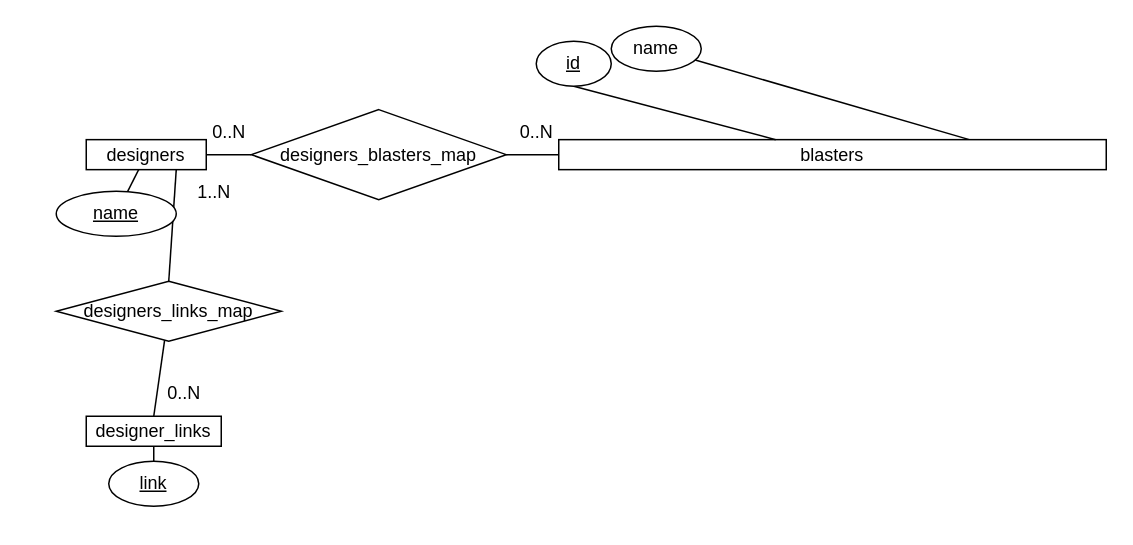
This is docs/ERD.drawio from SabreBirdOne/BlasterBrowser, a draw.io file, before an edit. Source tidied: cells renumbered, new cells numbered last; positions are measured from the earlier drawing's top-left corner, leaving out a move shared by most shapes. Both pictures are drawn from the tidied source at 150%, with x=0, y=0 at pixel (56, 26).
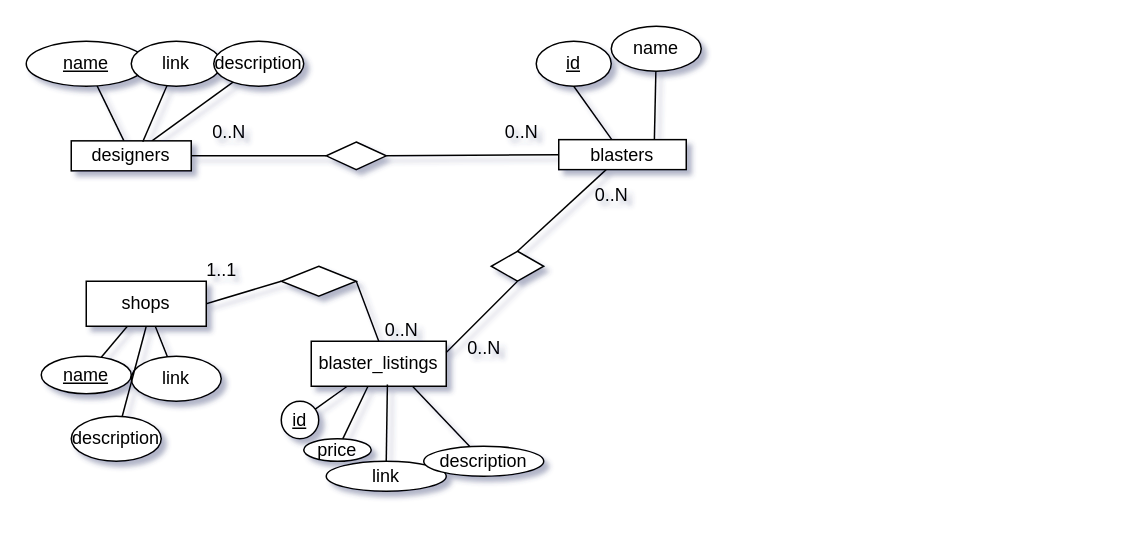
Above is the later version.

What changed in the source:
```diff
@@
-<mxGraphModel>
+<mxGraphModel shadow="1">
@@
-    <mxCell id="4" style="rounded=0;jettySize=auto;html=1;exitX=0.75;exitY=1;exitDx=0;exitDy=0;entryX=0.5;entryY=0;entryDx=0;entryDy=0;endArrow=none;endFill=0;" parent="1" edge="1" source="5" target="21">
-      <mxGeometry relative="1" as="geometry" />
-    </mxCell>
+    <mxCell id="24" style="rounded=0;jettySize=auto;html=1;endArrow=none;endFill=0;" parent="1" edge="1" source="5" target="31">
+      <mxGeometry relative="1" as="geometry" />
+    </mxCell>
     <mxCell id="5" value="designers" style="rounded=0;whiteSpace=wrap;html=1;" parent="1" vertex="1">
-      <mxGeometry x="20" y="75.6" width="80" height="20" as="geometry" />
+      <mxGeometry x="10" y="76.4" width="80" height="20" as="geometry" />
     </mxCell>
     <mxCell id="6" value="&lt;u&gt;name&lt;/u&gt;" style="ellipse;whiteSpace=wrap;html=1;rounded=0;" parent="1" vertex="1">
-      <mxGeometry y="110" width="80" height="30" as="geometry" />
+      <mxGeometry x="-20" y="10" width="80" height="30" as="geometry" />
     </mxCell>
-    <mxCell id="7" style="rounded=0;jettySize=auto;html=1;endArrow=none;endFill=0;entryX=0.5;entryY=1;entryDx=0;entryDy=0;" parent="1" edge="1" source="8" target="19">
+    <mxCell id="7" style="rounded=0;jettySize=auto;html=1;endArrow=none;endFill=0;entryX=0.596;entryY=0.032;entryDx=0;entryDy=0;entryPerimeter=0;" parent="1" edge="1" source="8" target="5">
       <mxGeometry relative="1" as="geometry" />
     </mxCell>
-    <mxCell id="8" value="&lt;u&gt;link&lt;/u&gt;" style="ellipse;whiteSpace=wrap;html=1;" parent="1" vertex="1">
-      <mxGeometry x="35" y="290" width="60" height="30" as="geometry" />
+    <mxCell id="8" value="link" style="ellipse;whiteSpace=wrap;html=1;" parent="1" vertex="1">
+      <mxGeometry x="50" y="10" width="60" height="30" as="geometry" />
     </mxCell>
@@
+    <mxCell id="25" style="rounded=0;jettySize=auto;html=1;endArrow=none;endFill=0;entryX=0.5;entryY=0;entryDx=0;entryDy=0;" parent="1" edge="1" source="10" target="49">
+      <mxGeometry relative="1" as="geometry" />
+    </mxCell>
     <mxCell id="10" value="blasters" style="rounded=0;whiteSpace=wrap;html=1;" parent="1" vertex="1">
-      <mxGeometry x="335" y="75.6" width="365" height="20" as="geometry" />
+      <mxGeometry x="335" y="75.6" width="85" height="20" as="geometry" />
     </mxCell>
@@
-    <mxCell id="14" value="designers_blasters_map" style="rhombus;whiteSpace=wrap;html=1;" parent="1" vertex="1">
-      <mxGeometry x="130" y="55.6" width="170" height="60" as="geometry" />
+    <mxCell id="14" style="rhombus;whiteSpace=wrap;html=1;" parent="1" vertex="1">
+      <mxGeometry x="180" y="77.2" width="40" height="18.4" as="geometry" />
     </mxCell>
@@
     <mxCell id="16" value="0..N" style="text;html=1;align=center;verticalAlign=middle;strokeColor=none;fillColor=none;" parent="1" vertex="1">
-      <mxGeometry x="295" y="55.6" width="50" height="30" as="geometry" />
+      <mxGeometry x="285" y="55.6" width="50" height="30" as="geometry" />
     </mxCell>
@@
-    <mxCell id="19" value="designer_links" style="whiteSpace=wrap;html=1;" parent="1" vertex="1">
-      <mxGeometry x="20" y="260" width="90" height="20" as="geometry" />
-    </mxCell>
-    <mxCell id="20" style="rounded=0;jettySize=auto;html=1;entryX=0.5;entryY=0;entryDx=0;entryDy=0;endArrow=none;endFill=0;" parent="1" edge="1" source="21" target="19">
-      <mxGeometry relative="1" as="geometry" />
-    </mxCell>
-    <mxCell id="21" value="designers_links_map" style="rhombus;whiteSpace=wrap;html=1;" parent="1" vertex="1">
-      <mxGeometry y="170" width="150" height="40" as="geometry" />
-    </mxCell>
-    <mxCell id="22" value="0..N" style="text;html=1;align=center;verticalAlign=middle;strokeColor=none;fillColor=none;" parent="1" vertex="1">
-      <mxGeometry x="60" y="230" width="50" height="30" as="geometry" />
-    </mxCell>
-    <mxCell id="23" value="1..N" style="text;html=1;align=center;verticalAlign=middle;strokeColor=none;fillColor=none;" parent="1" vertex="1">
-      <mxGeometry x="80" y="95.6" width="50" height="30" as="geometry" />
-    </mxCell>
+    <mxCell id="26" style="rounded=0;jettySize=auto;html=1;endArrow=none;endFill=0;" parent="1" edge="1" source="27" target="28">
+      <mxGeometry relative="1" as="geometry" />
+    </mxCell>
+    <mxCell id="27" value="shops" style="whiteSpace=wrap;html=1;" parent="1" vertex="1">
+      <mxGeometry x="20" y="170" width="80" height="30" as="geometry" />
+    </mxCell>
+    <mxCell id="28" value="&lt;u&gt;name&lt;/u&gt;" style="ellipse;whiteSpace=wrap;html=1;" parent="1" vertex="1">
+      <mxGeometry x="-10" y="220" width="60" height="25" as="geometry" />
+    </mxCell>
+    <mxCell id="29" style="rounded=0;jettySize=auto;html=1;endArrow=none;endFill=0;" parent="1" edge="1" source="30" target="27">
+      <mxGeometry relative="1" as="geometry" />
+    </mxCell>
+    <mxCell id="30" value="link" style="ellipse;whiteSpace=wrap;html=1;" parent="1" vertex="1">
+      <mxGeometry x="50" y="220" width="60" height="30" as="geometry" />
+    </mxCell>
+    <mxCell id="31" value="description" style="ellipse;whiteSpace=wrap;html=1;" parent="1" vertex="1">
+      <mxGeometry x="105" y="10" width="60" height="30" as="geometry" />
+    </mxCell>
+    <mxCell id="32" style="rounded=0;jettySize=auto;html=1;entryX=0.5;entryY=1;entryDx=0;entryDy=0;endArrow=none;endFill=0;" parent="1" edge="1" source="33" target="27">
+      <mxGeometry relative="1" as="geometry" />
+    </mxCell>
+    <mxCell id="33" value="description" style="ellipse;whiteSpace=wrap;html=1;" parent="1" vertex="1">
+      <mxGeometry x="10" y="260" width="60" height="30" as="geometry" />
+    </mxCell>
+    <mxCell id="34" style="rounded=0;jettySize=auto;html=1;endArrow=none;endFill=0;" parent="1" edge="1" source="36" target="37">
+      <mxGeometry relative="1" as="geometry" />
+    </mxCell>
+    <mxCell id="35" style="rounded=0;jettySize=auto;html=1;endArrow=none;endFill=0;" parent="1" edge="1" source="36" target="38">
+      <mxGeometry relative="1" as="geometry" />
+    </mxCell>
+    <mxCell id="36" value="blaster_listings" style="whiteSpace=wrap;html=1;" parent="1" vertex="1">
+      <mxGeometry x="170" y="210" width="90" height="30" as="geometry" />
+    </mxCell>
+    <mxCell id="37" value="&lt;u&gt;id&lt;/u&gt;" style="ellipse;whiteSpace=wrap;html=1;" parent="1" vertex="1">
+      <mxGeometry x="150" y="250" width="25" height="25" as="geometry" />
+    </mxCell>
+    <mxCell id="38" value="price" style="ellipse;whiteSpace=wrap;html=1;" parent="1" vertex="1">
+      <mxGeometry x="165" y="275" width="45" height="15" as="geometry" />
+    </mxCell>
+    <mxCell id="39" style="rounded=0;jettySize=auto;html=1;entryX=0.564;entryY=0.963;entryDx=0;entryDy=0;entryPerimeter=0;endArrow=none;endFill=0;" parent="1" edge="1" source="40" target="36">
+      <mxGeometry relative="1" as="geometry" />
+    </mxCell>
+    <mxCell id="40" value="link" style="ellipse;whiteSpace=wrap;html=1;" parent="1" vertex="1">
+      <mxGeometry x="180" y="290" width="80" height="20" as="geometry" />
+    </mxCell>
+    <mxCell id="41" style="rounded=0;jettySize=auto;html=1;entryX=0.75;entryY=1;entryDx=0;entryDy=0;endArrow=none;endFill=0;" parent="1" edge="1" source="42" target="36">
+      <mxGeometry relative="1" as="geometry" />
+    </mxCell>
+    <mxCell id="42" value="description" style="ellipse;whiteSpace=wrap;html=1;" parent="1" vertex="1">
+      <mxGeometry x="245" y="280" width="80" height="20" as="geometry" />
+    </mxCell>
+    <mxCell id="43" style="rounded=0;jettySize=auto;html=1;entryX=1;entryY=0.5;entryDx=0;entryDy=0;endArrow=none;endFill=0;exitX=0;exitY=0.5;exitDx=0;exitDy=0;" parent="1" edge="1" source="45" target="27">
+      <mxGeometry relative="1" as="geometry" />
+    </mxCell>
+    <mxCell id="44" style="rounded=0;jettySize=auto;html=1;exitX=1;exitY=0.5;exitDx=0;exitDy=0;entryX=0.5;entryY=0;entryDx=0;entryDy=0;endArrow=none;endFill=0;" parent="1" edge="1" source="45" target="36">
+      <mxGeometry relative="1" as="geometry" />
+    </mxCell>
+    <mxCell id="45" style="rhombus;whiteSpace=wrap;html=1;" parent="1" vertex="1">
+      <mxGeometry x="150" y="160" width="50" height="20" as="geometry" />
+    </mxCell>
+    <mxCell id="46" value="0..N" style="text;html=1;align=center;verticalAlign=middle;strokeColor=none;fillColor=none;" parent="1" vertex="1">
+      <mxGeometry x="205" y="188" width="50" height="30" as="geometry" />
+    </mxCell>
+    <mxCell id="47" value="1..1" style="text;html=1;align=center;verticalAlign=middle;strokeColor=none;fillColor=none;" parent="1" vertex="1">
+      <mxGeometry x="90" y="148" width="40" height="30" as="geometry" />
+    </mxCell>
+    <mxCell id="48" style="rounded=0;jettySize=auto;html=1;entryX=1;entryY=0.25;entryDx=0;entryDy=0;exitX=0.5;exitY=1;exitDx=0;exitDy=0;endArrow=none;endFill=0;" parent="1" edge="1" source="49" target="36">
+      <mxGeometry relative="1" as="geometry" />
+    </mxCell>
+    <mxCell id="49" style="rhombus;whiteSpace=wrap;html=1;rounded=0;" parent="1" vertex="1">
+      <mxGeometry x="290" y="150" width="35" height="20" as="geometry" />
+    </mxCell>
+    <mxCell id="50" value="0..N" style="text;html=1;align=center;verticalAlign=middle;strokeColor=none;fillColor=none;" parent="1" vertex="1">
+      <mxGeometry x="345" y="98" width="50" height="30" as="geometry" />
+    </mxCell>
+    <mxCell id="51" value="0..N" style="text;html=1;align=center;verticalAlign=middle;strokeColor=none;fillColor=none;" parent="1" vertex="1">
+      <mxGeometry x="260" y="200" width="50" height="30" as="geometry" />
+    </mxCell>
```
